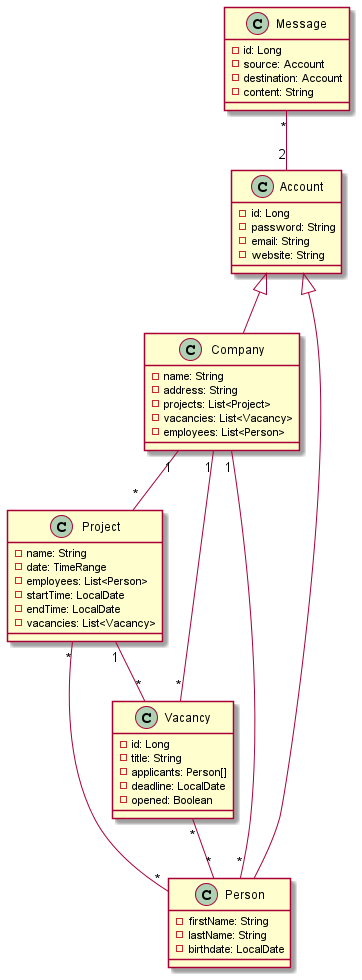
Above: cld/cld.png in DirectorsView/documentation (PlantUML), before the change.
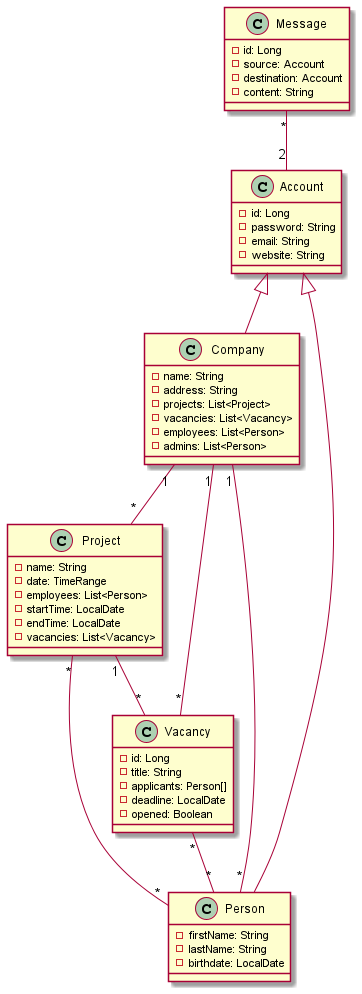
After the change.

Commit message:
update rendered cld

The edit, as a diff of the source:
```diff
@@ -13,6 +13,7 @@
 - projects: List<Project>
 - vacancies: List<Vacancy>
 - employees: List<Person>
+- admins: List<Person>
 }
 
 class Project {
```
